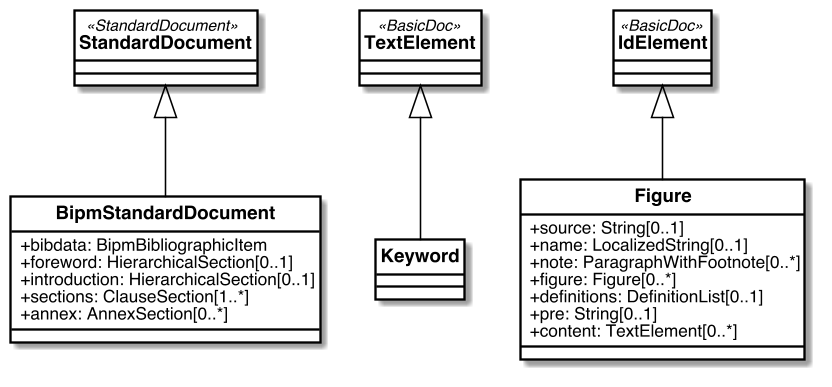
The PlantUML diagram bipm/images/BipmStandardDocument.png in metanorma/standoc-models, before a commit.
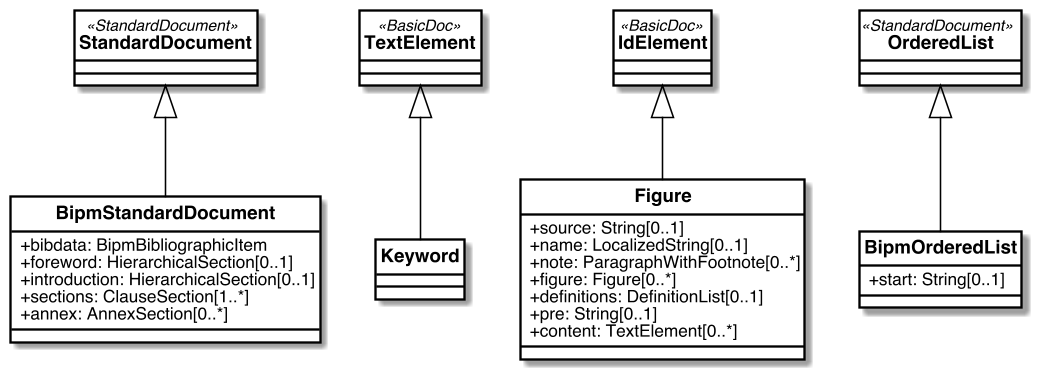
Above is the later version.

Commit message:
BIPM: ol/@start: https://github.com/metanorma/metanorma-bipm/issues/28

The edit, as a diff of the source:
```diff
@@ -34,10 +34,18 @@
     +content: TextElement[0..*]
 }
 
+class OrderedList <<StandardDocument>> {
+}
+
+class BipmOrderedList {
+    +start: String[0..1]
+}
+
 
 
 
 StandardDocument <|-- BipmStandardDocument
+OrderedList <|-- BipmOrderedList
 
 TextElement <|-- Keyword
 
```
